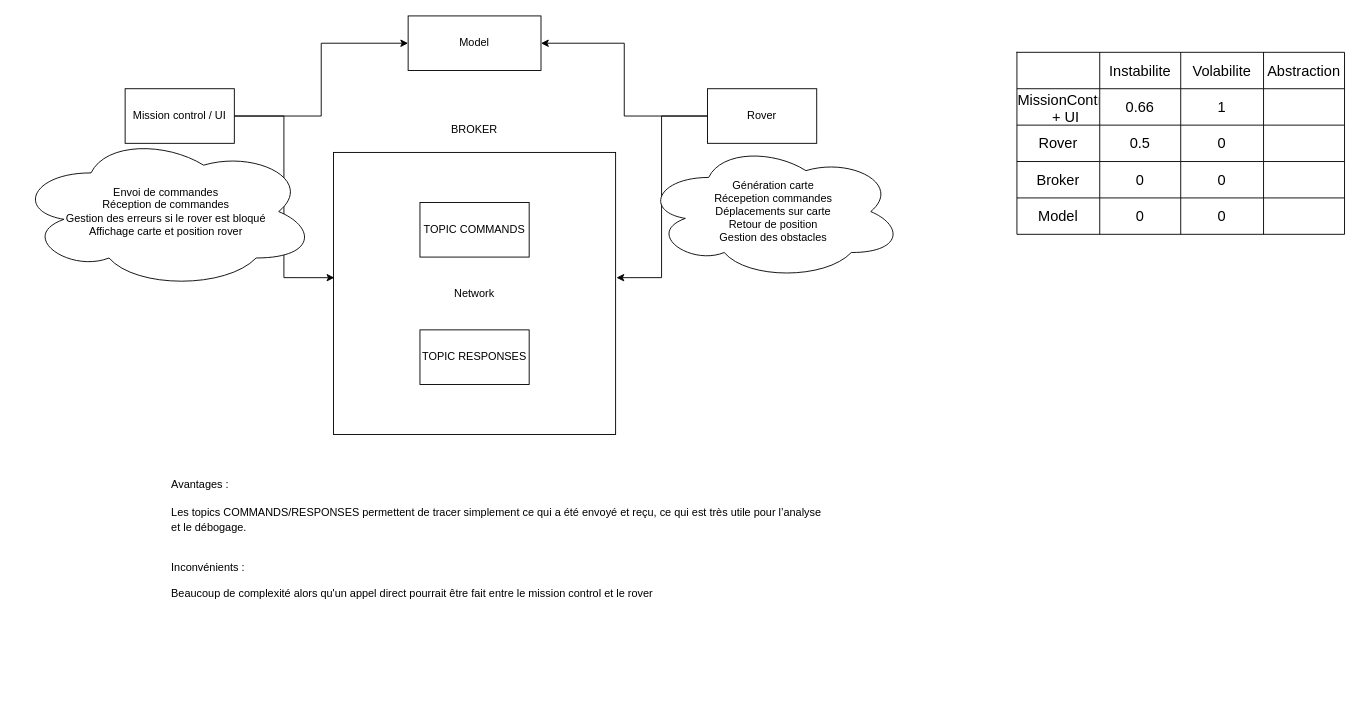
Above: page "Schéma" (2 of 2) of schema.drawio in pvayssier/archi_logiciel (draw.io), before the change. Source tidied: cells renumbered, new cells numbered last; positions are measured from the earlier drawing's top-left corner, leaving out a move shared by most shapes. Both pictures are drawn from the tidied source at 91%, with x=0, y=0 at pixel (15, 15).
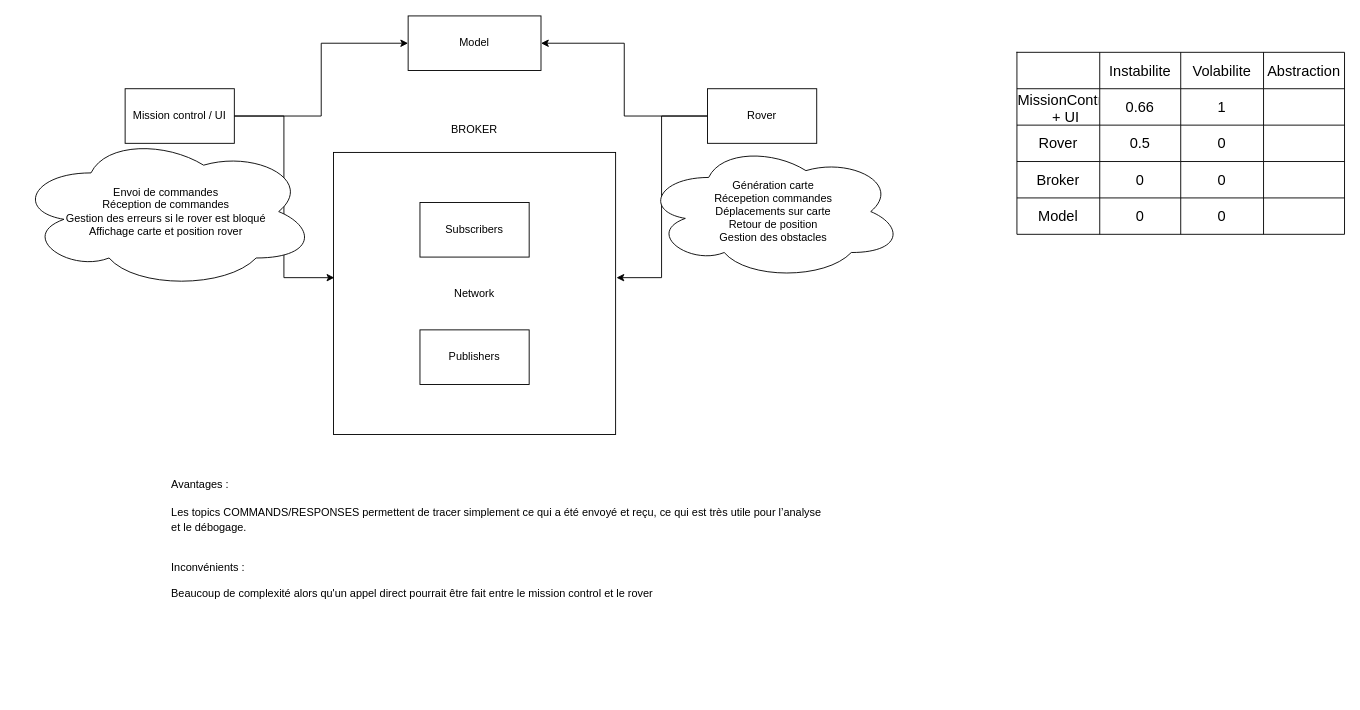
Above is the later version.

What changed in the source:
```diff
@@
-    <mxCell id="8" value="TOPIC COMMANDS" style="rounded=0;whiteSpace=wrap;html=1;" parent="1" vertex="1">
+    <mxCell id="8" value="Subscribers" style="rounded=0;whiteSpace=wrap;html=1;" parent="1" vertex="1">
       <mxGeometry x="444" y="205" width="120" height="60" as="geometry" />
     </mxCell>
-    <mxCell id="9" value="TOPIC RESPONSES" style="rounded=0;whiteSpace=wrap;html=1;" parent="1" vertex="1">
+    <mxCell id="9" value="Publishers" style="rounded=0;whiteSpace=wrap;html=1;" parent="1" vertex="1">
       <mxGeometry x="444" y="345" width="120" height="60" as="geometry" />
     </mxCell>
```
